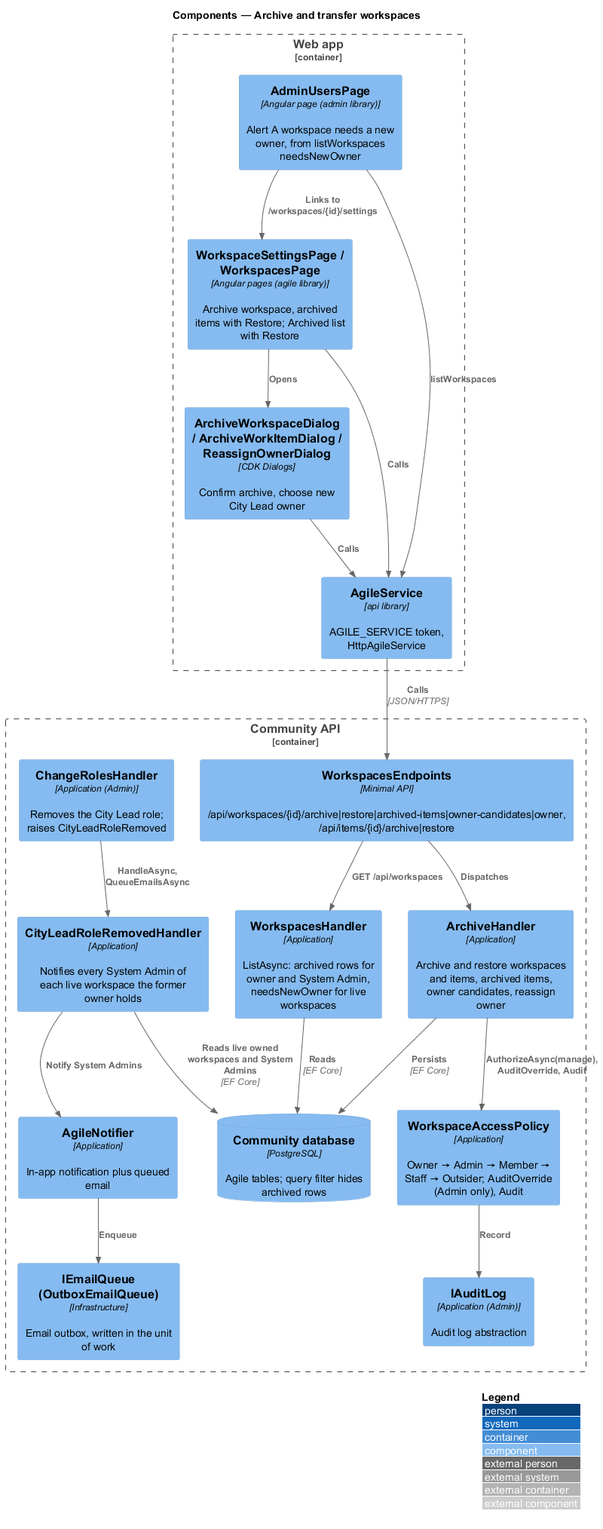
QuinntyneBrown/faithtech-community keeps this PlantUML diagram as docs/detailed-designs/agile/archive-and-transfer-workspaces/diagrams/c4-component.png. Above is the earlier version.
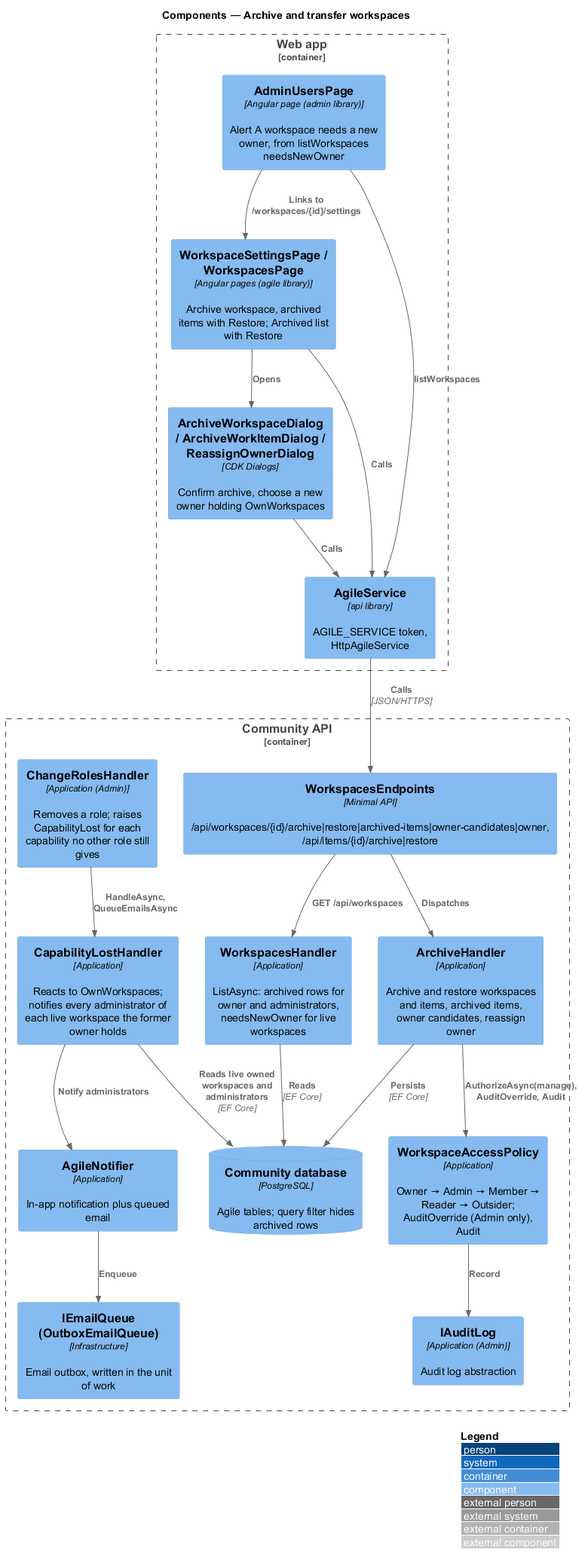
After the commit.

What changed in the source:
```diff
@@ -6,16 +6,16 @@
 Container_Boundary(web, "Web app") {
   Component(page, "WorkspaceSettingsPage / WorkspacesPage", "Angular pages (agile library)", "Archive workspace, archived items with Restore; Archived list with Restore")
   Component(adminpage, "AdminUsersPage", "Angular page (admin library)", "Alert A workspace needs a new owner, from listWorkspaces needsNewOwner")
-  Component(dlg, "ArchiveWorkspaceDialog / ArchiveWorkItemDialog / ReassignOwnerDialog", "CDK Dialogs", "Confirm archive, choose new City Lead owner")
+  Component(dlg, "ArchiveWorkspaceDialog / ArchiveWorkItemDialog / ReassignOwnerDialog", "CDK Dialogs", "Confirm archive, choose a new owner holding OwnWorkspaces")
   Component(svc, "AgileService", "api library", "AGILE_SERVICE token, HttpAgileService")
 }
 Container_Boundary(api, "Community API") {
   Component(ep, "WorkspacesEndpoints", "Minimal API", "/api/workspaces/{id}/archive|restore|archived-items|owner-candidates|owner, /api/items/{id}/archive|restore")
   Component(h, "ArchiveHandler", "Application", "Archive and restore workspaces and items, archived items, owner candidates, reassign owner")
-  Component(list, "WorkspacesHandler", "Application", "ListAsync: archived rows for owner and System Admin, needsNewOwner for live workspaces")
-  Component(roles, "ChangeRolesHandler", "Application (Admin)", "Removes the City Lead role; raises CityLeadRoleRemoved")
-  Component(evt, "CityLeadRoleRemovedHandler", "Application", "Notifies every System Admin of each live workspace the former owner holds")
-  Component(pol, "WorkspaceAccessPolicy", "Application", "Owner → Admin → Member → Staff → Outsider; AuditOverride (Admin only), Audit")
+  Component(list, "WorkspacesHandler", "Application", "ListAsync: archived rows for owner and administrators, needsNewOwner for live workspaces")
+  Component(roles, "ChangeRolesHandler", "Application (Admin)", "Removes a role; raises CapabilityLost for each capability no other role still gives")
+  Component(evt, "CapabilityLostHandler", "Application", "Reacts to OwnWorkspaces; notifies every administrator of each live workspace the former owner holds")
+  Component(pol, "WorkspaceAccessPolicy", "Application", "Owner → Admin → Member → Reader → Outsider; AuditOverride (Admin only), Audit")
   Component(ntf, "AgileNotifier", "Application", "In-app notification plus queued email")
   Component(audit, "IAuditLog", "Application (Admin)", "Audit log abstraction")
   Component(email, "IEmailQueue (OutboxEmailQueue)", "Infrastructure", "Email outbox, written in the unit of work")
@@ -33,9 +33,9 @@
 Rel(h, pol, "AuthorizeAsync(manage), AuditOverride, Audit")
 Rel(pol, audit, "Record")
 Rel(roles, evt, "HandleAsync, QueueEmailsAsync")
-Rel(evt, ntf, "Notify System Admins")
+Rel(evt, ntf, "Notify administrators")
 Rel(ntf, email, "Enqueue")
 Rel(h, db, "Persists", "EF Core")
 Rel(list, db, "Reads", "EF Core")
-Rel(evt, db, "Reads live owned workspaces and System Admins", "EF Core")
+Rel(evt, db, "Reads live owned workspaces and administrators", "EF Core")
 @enduml
```
